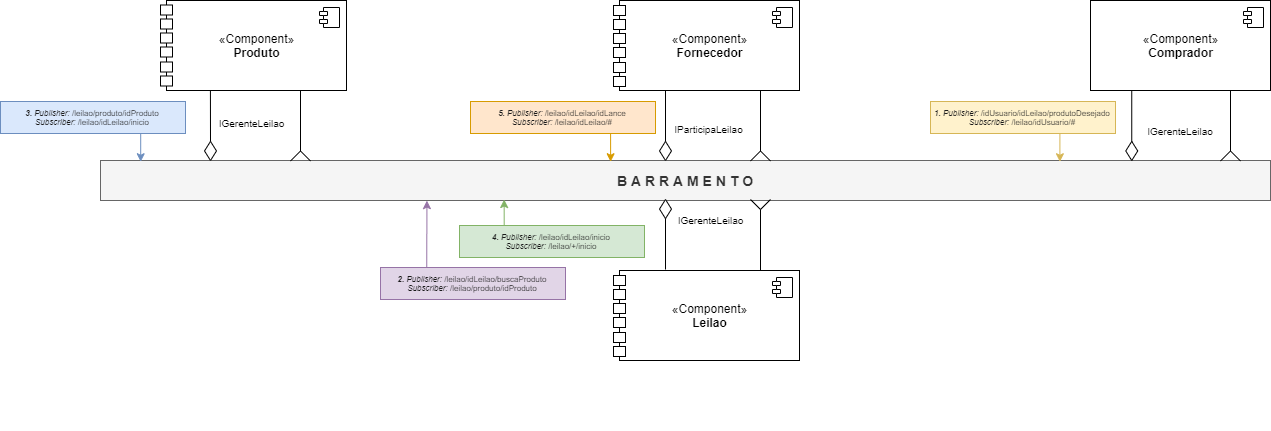
This is Projeto Final/images/barramento_nivel1.png from eNove/unicamp-engsoft-2020-inf331, a draw.io export, as it was before one commit. Source tidied: cells renumbered, new cells last; positions are measured from the earlier drawing's top-left corner, leaving out a move shared by most shapes.
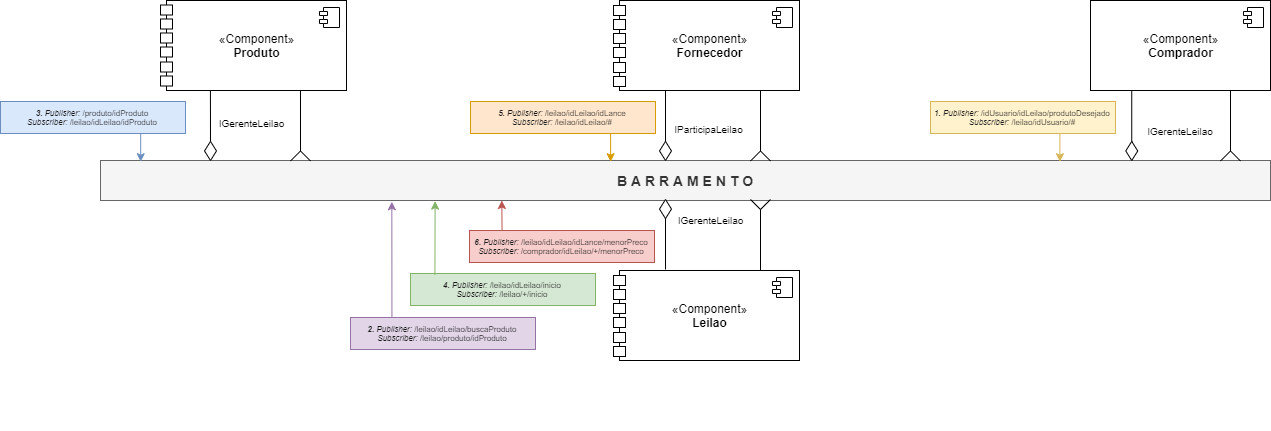
The same diagram one commit later.

Change to the diagram source:
```diff
@@ -250,23 +250,17 @@
         <mxPoint x="10" y="10" as="targetPoint" />
       </mxGeometry>
     </mxCell>
-    <mxCell id="68" style="edgeStyle=orthogonalEdgeStyle;rounded=0;jettySize=auto;html=1;exitX=0.25;exitY=0;exitDx=0;exitDy=0;entryX=0.345;entryY=0.976;entryDx=0;entryDy=0;entryPerimeter=0;fontColor=#1A1A1A;fillColor=#d5e8d4;strokeColor=#82b366;" parent="1" edge="1" source="69" target="9">
-      <mxGeometry relative="1" as="geometry" />
-    </mxCell>
     <mxCell id="69" style="rounded=0;whiteSpace=wrap;html=1;fontSize=15;verticalAlign=middle;labelBackgroundColor=#FFF2CC;fillColor=#d5e8d4;strokeColor=#82b366;" parent="1" vertex="1">
-      <mxGeometry x="459" y="225" width="185" height="32" as="geometry" />
+      <mxGeometry x="410" y="273" width="185" height="32" as="geometry" />
     </mxCell>
     <mxCell id="70" value="&lt;i&gt;&lt;b&gt;&lt;font style=&quot;font-size: 8px&quot;&gt;4.&lt;/font&gt;&lt;/b&gt; Publisher:&lt;/i&gt; /leilao/idLeilao/inicio&lt;br&gt;&lt;i&gt;Subscriber:&lt;/i&gt;&amp;nbsp;/leilao/+/inicio" style="text;html=1;strokeColor=none;fillColor=none;align=center;verticalAlign=middle;whiteSpace=wrap;rounded=0;labelBackgroundColor=none;fontSize=8;fontColor=#1A1A1A;" parent="1" vertex="1">
-      <mxGeometry x="459" y="231" width="184" height="20" as="geometry" />
+      <mxGeometry x="410" y="279" width="184" height="20" as="geometry" />
     </mxCell>
-    <mxCell id="71" style="edgeStyle=orthogonalEdgeStyle;rounded=0;jettySize=auto;html=1;exitX=0.25;exitY=0;exitDx=0;exitDy=0;entryX=0.279;entryY=1.003;entryDx=0;entryDy=0;entryPerimeter=0;fontColor=#1A1A1A;fillColor=#e1d5e7;strokeColor=#9673a6;" parent="1" edge="1" source="72" target="9">
-      <mxGeometry relative="1" as="geometry" />
-    </mxCell>
     <mxCell id="72" style="rounded=0;whiteSpace=wrap;html=1;fontSize=15;verticalAlign=middle;labelBackgroundColor=#FFF2CC;fillColor=#e1d5e7;strokeColor=#9673a6;" parent="1" vertex="1">
-      <mxGeometry x="380" y="267" width="185" height="32" as="geometry" />
+      <mxGeometry x="350" y="317" width="185" height="32" as="geometry" />
     </mxCell>
     <mxCell id="73" value="&lt;i&gt;&lt;b&gt;&lt;font style=&quot;font-size: 8px&quot;&gt;2.&lt;/font&gt;&lt;/b&gt; Publisher:&lt;/i&gt; /leilao/idLeilao/buscaProduto&lt;br&gt;&lt;i&gt;Subscriber:&lt;/i&gt;&amp;nbsp;/leilao/produto/idProduto" style="text;html=1;strokeColor=none;fillColor=none;align=center;verticalAlign=middle;whiteSpace=wrap;rounded=0;labelBackgroundColor=none;fontSize=8;fontColor=#1A1A1A;" parent="1" vertex="1">
-      <mxGeometry x="380" y="273" width="184" height="20" as="geometry" />
+      <mxGeometry x="350" y="323" width="184" height="20" as="geometry" />
     </mxCell>
     <mxCell id="74" style="edgeStyle=orthogonalEdgeStyle;rounded=0;jettySize=auto;html=1;exitX=0.75;exitY=1;exitDx=0;exitDy=0;entryX=0.82;entryY=0.031;entryDx=0;entryDy=0;entryPerimeter=0;fontColor=#1A1A1A;fillColor=#dae8fc;strokeColor=#6c8ebf;" parent="1" edge="1" source="75">
       <mxGeometry relative="1" as="geometry">
@@ -276,7 +270,7 @@
     <mxCell id="75" style="rounded=0;whiteSpace=wrap;html=1;fontSize=15;verticalAlign=middle;labelBackgroundColor=#FFF2CC;fillColor=#dae8fc;strokeColor=#6c8ebf;" parent="1" vertex="1">
       <mxGeometry y="101" width="185" height="32" as="geometry" />
     </mxCell>
-    <mxCell id="76" value="&lt;i&gt;&lt;b&gt;&lt;font style=&quot;font-size: 8px&quot;&gt;3.&lt;/font&gt;&lt;/b&gt; Publisher:&lt;/i&gt; /leilao/produto/idProduto&lt;br&gt;&lt;i&gt;Subscriber:&lt;/i&gt;&amp;nbsp;/leilao/idLeilao/inicio" style="text;html=1;strokeColor=none;fillColor=none;align=center;verticalAlign=middle;whiteSpace=wrap;rounded=0;labelBackgroundColor=none;fontSize=8;fontColor=#1A1A1A;" parent="1" vertex="1">
+    <mxCell id="76" value="&lt;i&gt;&lt;b&gt;&lt;font style=&quot;font-size: 8px&quot;&gt;3.&lt;/font&gt;&lt;/b&gt; Publisher:&lt;/i&gt;&amp;nbsp;/produto/idProduto&lt;br&gt;&lt;i&gt;Subscriber:&lt;/i&gt;&amp;nbsp;/leilao/idLeilao/idProduto" style="text;html=1;strokeColor=none;fillColor=none;align=center;verticalAlign=middle;whiteSpace=wrap;rounded=0;labelBackgroundColor=none;fontSize=8;fontColor=#1A1A1A;" parent="1" vertex="1">
       <mxGeometry y="107" width="184" height="20" as="geometry" />
     </mxCell>
     <mxCell id="77" style="edgeStyle=orthogonalEdgeStyle;rounded=0;jettySize=auto;html=1;exitX=0.75;exitY=1;exitDx=0;exitDy=0;entryX=0.436;entryY=0.031;entryDx=0;entryDy=0;entryPerimeter=0;fontColor=#1A1A1A;fillColor=#ffe6cc;strokeColor=#d79b00;" parent="1" edge="1" source="78" target="9">
@@ -288,5 +282,20 @@
     <mxCell id="79" value="&lt;i&gt;&lt;b&gt;&lt;font style=&quot;font-size: 8px&quot;&gt;5.&lt;/font&gt;&lt;/b&gt; Publisher:&lt;/i&gt; /leilao/idLeilao/idLance&lt;br&gt;&lt;i&gt;Subscriber:&lt;/i&gt;&amp;nbsp;/leilao/idLeilao/#" style="text;html=1;strokeColor=none;fillColor=none;align=center;verticalAlign=middle;whiteSpace=wrap;rounded=0;labelBackgroundColor=none;fontSize=8;fontColor=#1A1A1A;" parent="1" vertex="1">
       <mxGeometry x="470" y="107" width="184" height="20" as="geometry" />
     </mxCell>
+    <mxCell id="80" style="rounded=0;whiteSpace=wrap;html=1;fontSize=15;verticalAlign=middle;labelBackgroundColor=#FFF2CC;fillColor=#f8cecc;strokeColor=#b85450;" parent="1" vertex="1">
+      <mxGeometry x="469" y="230" width="185" height="32" as="geometry" />
+    </mxCell>
+    <mxCell id="81" value="&lt;i&gt;&lt;b&gt;&lt;font style=&quot;font-size: 8px&quot;&gt;6.&lt;/font&gt;&lt;/b&gt; Publisher:&lt;/i&gt; /leilao/idLeilao/idLance/menorPreco&lt;br&gt;&lt;i&gt;Subscriber:&lt;/i&gt;&amp;nbsp;/comprador/idLeilao/+/menorPreco" style="text;html=1;strokeColor=none;fillColor=none;align=center;verticalAlign=middle;whiteSpace=wrap;rounded=0;labelBackgroundColor=none;fontSize=8;fontColor=#1A1A1A;" parent="1" vertex="1">
+      <mxGeometry x="469" y="236" width="184" height="20" as="geometry" />
+    </mxCell>
+    <mxCell id="71" style="endArrow=classic;html=1;exitX=0.224;exitY=-0.014;exitDx=0;exitDy=0;exitPerimeter=0;entryX=0.249;entryY=1.031;entryDx=0;entryDy=0;entryPerimeter=0;fillColor=#e1d5e7;strokeColor=#9673a6;" parent="1" edge="1" source="72" target="9">
+      <mxGeometry relative="1" as="geometry" />
+    </mxCell>
+    <mxCell id="68" style="endArrow=classic;html=1;exitX=0.132;exitY=0.032;exitDx=0;exitDy=0;exitPerimeter=0;entryX=0.286;entryY=1.016;entryDx=0;entryDy=0;entryPerimeter=0;fillColor=#d5e8d4;strokeColor=#82b366;" parent="1" edge="1" source="69" target="9">
+      <mxGeometry relative="1" as="geometry" />
+    </mxCell>
+    <mxCell id="82" style="endArrow=classic;html=1;exitX=0.176;exitY=-0.017;exitDx=0;exitDy=0;exitPerimeter=0;entryX=0.343;entryY=0.999;entryDx=0;entryDy=0;entryPerimeter=0;fillColor=#f8cecc;strokeColor=#b85450;" parent="1" edge="1" source="80" target="9">
+      <mxGeometry relative="1" as="geometry" />
+    </mxCell>
   </root>
 </mxGraphModel>
```
